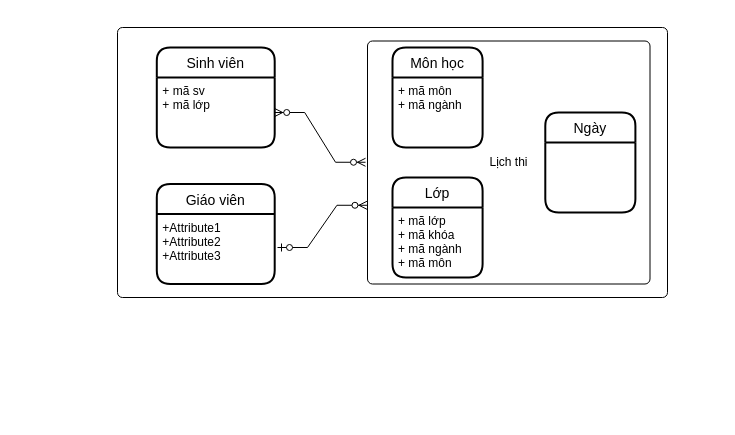
This is page "Page-3" (3 of 3) of documents/sơ đồ thực thể QLHV.drawio from buianhtai1205/Quan_Ly_Hoc_Vien, a draw.io file, before an edit. Source tidied: cells renumbered, new cells numbered last; positions are measured from the earlier drawing's top-left corner, leaving out a move shared by most shapes. Both pictures are drawn from the tidied source at 100%, with x=0, y=0 at pixel (117, 27).
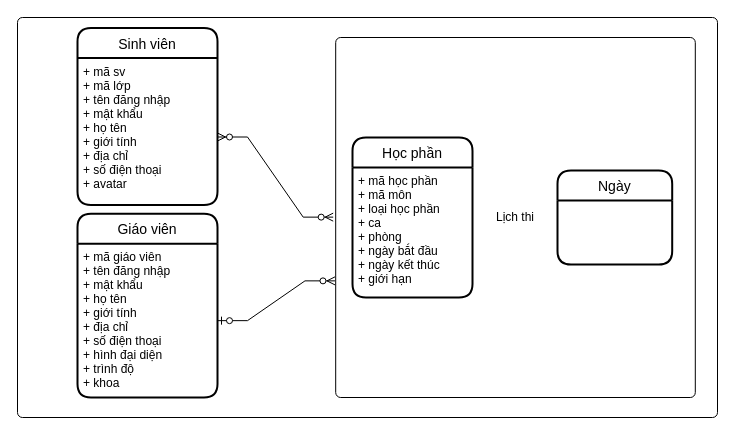
The same diagram, later.

The edit, as a diff of the source:
```diff
@@
 <mxGraphModel>
   <root>
     <mxCell id="0" />
     <mxCell id="1" parent="0" />
-    <mxCell id="2" style="rounded=1;absoluteArcSize=1;html=1;arcSize=10;" parent="1" vertex="1">
-      <mxGeometry width="550" height="270" as="geometry" />
-    </mxCell>
-    <mxCell id="3" style="html=1;shape=mxgraph.er.anchor;whiteSpace=wrap;" parent="2" vertex="1">
-      <mxGeometry width="275" height="270" as="geometry" />
-    </mxCell>
+    <mxCell id="16" style="rounded=1;absoluteArcSize=1;html=1;arcSize=10;" parent="1" vertex="1">
+      <mxGeometry x="-100" y="-10" width="700" height="400" as="geometry" />
+    </mxCell>
+    <mxCell id="17" style="html=1;shape=mxgraph.er.anchor;whiteSpace=wrap;" parent="16" vertex="1">
+      <mxGeometry width="350" height="400" as="geometry" />
+    </mxCell>
-    <mxCell id="4" value="Lịch thi" style="rounded=1;absoluteArcSize=1;html=1;arcSize=10;whiteSpace=wrap;points=[];strokeColor=inherit;fillColor=inherit;" parent="2" vertex="1">
-      <mxGeometry x="250" y="13.5" width="282.5" height="243" as="geometry" />
+    <mxCell id="4" value="Lịch thi" style="rounded=1;absoluteArcSize=1;html=1;arcSize=10;whiteSpace=wrap;points=[];strokeColor=inherit;fillColor=inherit;" parent="16" vertex="1">
+      <mxGeometry x="318.2" y="20" width="359.6" height="360" as="geometry" />
     </mxCell>
+    <mxCell id="18" style="edgeStyle=entityRelationEdgeStyle;fontSize=12;html=1;endArrow=ERzeroToMany;endFill=1;startArrow=ERzeroToMany;rounded=0;exitX=1;exitY=0.5;exitDx=0;exitDy=0;entryX=-0.007;entryY=0.499;entryDx=0;entryDy=0;entryPerimeter=0;" parent="16" edge="1" target="4">
+      <mxGeometry relative="1" as="geometry">
+        <mxPoint x="200" y="119.5" as="sourcePoint" />
+      </mxGeometry>
+    </mxCell>
+    <mxCell id="14" value="Ngày" style="swimlane;horizontal=1;startSize=30;rounded=1;fontSize=14;fontStyle=0;strokeWidth=2;shadow=0;dashed=0;align=center;" parent="16" vertex="1">
+      <mxGeometry x="540" y="153" width="114.7" height="94.1" as="geometry" />
+    </mxCell>
+    <mxCell id="19" style="edgeStyle=entityRelationEdgeStyle;fontSize=12;html=1;endArrow=ERzeroToMany;startArrow=ERzeroToOne;rounded=0;entryX=-0.002;entryY=0.676;entryDx=0;entryDy=0;entryPerimeter=0;exitX=1;exitY=0.5;exitDx=0;exitDy=0;" parent="16" edge="1" source="21" target="4">
+      <mxGeometry relative="1" as="geometry" />
+    </mxCell>
+    <mxCell id="7" value="Sinh viên" style="swimlane;horizontal=1;startSize=30;rounded=1;fontSize=14;fontStyle=0;strokeWidth=2;shadow=0;dashed=0;align=center;" parent="16" vertex="1">
+      <mxGeometry x="60" y="10.5" width="140" height="177" as="geometry" />
+    </mxCell>
+    <mxCell id="20" value="+ mã sv&#10;+ mã lớp&#10;+ tên đăng nhập&#10;+ mật khẩu&#10;+ họ tên&#10;+ giới tính&#10;+ địa chỉ&#10;+ số điện thoại&#10;+ avatar" style="align=left;strokeColor=none;fillColor=none;spacingLeft=4;fontSize=12;verticalAlign=top;" parent="7" vertex="1">
+      <mxGeometry y="30" width="140" height="147" as="geometry" />
+    </mxCell>
-    <mxCell id="5" value="Giáo viên" style="swimlane;horizontal=1;startSize=30;rounded=1;fontSize=14;fontStyle=0;strokeWidth=2;shadow=0;dashed=0;align=center;" parent="2" vertex="1">
-      <mxGeometry x="39.3" y="156.5" width="117.9" height="100" as="geometry" />
+    <mxCell id="5" value="Giáo viên" style="swimlane;horizontal=1;startSize=30;rounded=1;fontSize=14;fontStyle=0;strokeWidth=2;shadow=0;dashed=0;align=center;" parent="16" vertex="1">
+      <mxGeometry x="60" y="196.3" width="140" height="183.7" as="geometry" />
     </mxCell>
-    <mxCell id="6" value="+Attribute1&#10;+Attribute2&#10;+Attribute3" style="align=left;strokeColor=none;fillColor=none;spacingLeft=4;fontSize=12;verticalAlign=top;" parent="5" vertex="1">
-      <mxGeometry y="30" width="117.9" height="70" as="geometry" />
-    </mxCell>
-    <mxCell id="7" value="Sinh viên" style="swimlane;horizontal=1;startSize=30;rounded=1;fontSize=14;fontStyle=0;strokeWidth=2;shadow=0;dashed=0;align=center;" parent="2" vertex="1">
-      <mxGeometry x="39.3" y="20" width="117.9" height="100" as="geometry" />
-    </mxCell>
-    <mxCell id="8" value="+ mã sv&#10;+ mã lớp" style="align=left;strokeColor=none;fillColor=none;spacingLeft=4;fontSize=12;verticalAlign=top;" parent="7" vertex="1">
-      <mxGeometry y="30" width="117.9" height="70" as="geometry" />
-    </mxCell>
-    <mxCell id="9" value="Môn học" style="swimlane;horizontal=1;startSize=30;rounded=1;fontSize=14;fontStyle=0;strokeWidth=2;shadow=0;dashed=0;align=center;" parent="2" vertex="1">
-      <mxGeometry x="275" y="20" width="90.1" height="100" as="geometry" />
-    </mxCell>
-    <mxCell id="10" value="+ mã môn&#10;+ mã ngành" style="align=left;strokeColor=none;fillColor=none;spacingLeft=4;fontSize=12;verticalAlign=top;" parent="9" vertex="1">
-      <mxGeometry y="30" width="90.1" height="70" as="geometry" />
-    </mxCell>
-    <mxCell id="11" value="Lớp" style="swimlane;horizontal=1;startSize=30;rounded=1;fontSize=14;fontStyle=0;strokeWidth=2;shadow=0;dashed=0;align=center;" parent="2" vertex="1">
-      <mxGeometry x="275" y="150" width="90.1" height="100" as="geometry" />
-    </mxCell>
-    <mxCell id="12" value="+ mã lớp&#10;+ mã khóa&#10;+ mã ngành&#10;+ mã môn" style="align=left;strokeColor=none;fillColor=none;spacingLeft=4;fontSize=12;verticalAlign=top;" parent="11" vertex="1">
-      <mxGeometry y="30" width="90.1" height="70" as="geometry" />
-    </mxCell>
-    <mxCell id="13" style="edgeStyle=entityRelationEdgeStyle;fontSize=12;html=1;endArrow=ERzeroToMany;endFill=1;startArrow=ERzeroToMany;rounded=0;exitX=1;exitY=0.5;exitDx=0;exitDy=0;entryX=-0.007;entryY=0.499;entryDx=0;entryDy=0;entryPerimeter=0;" parent="2" edge="1" source="8" target="4">
-      <mxGeometry relative="1" as="geometry" />
-    </mxCell>
-    <mxCell id="14" value="Ngày" style="swimlane;horizontal=1;startSize=30;rounded=1;fontSize=14;fontStyle=0;strokeWidth=2;shadow=0;dashed=0;align=center;" parent="2" vertex="1">
-      <mxGeometry x="427.8" y="85" width="90.1" height="100" as="geometry" />
-    </mxCell>
-    <mxCell id="15" style="edgeStyle=entityRelationEdgeStyle;fontSize=12;html=1;endArrow=ERzeroToMany;startArrow=ERzeroToOne;rounded=0;entryX=-0.002;entryY=0.676;entryDx=0;entryDy=0;entryPerimeter=0;" parent="2" edge="1" target="4">
-      <mxGeometry relative="1" as="geometry">
-        <mxPoint x="160" y="220" as="sourcePoint" />
-      </mxGeometry>
-    </mxCell>
+    <mxCell id="21" value="+ mã giáo viên&#10;+ tên đăng nhập&#10;+ mật khẩu&#10;+ họ tên&#10;+ giới tính&#10;+ địa chỉ&#10;+ số điện thoại&#10;+ hình đại diện&#10;+ trình độ &#10;+ khoa" style="align=left;strokeColor=none;fillColor=none;spacingLeft=4;fontSize=12;verticalAlign=top;" parent="5" vertex="1">
+      <mxGeometry y="30" width="140" height="153.7" as="geometry" />
+    </mxCell>
+    <mxCell id="22" value="Học phần" style="swimlane;horizontal=1;startSize=30;rounded=1;fontSize=14;fontStyle=0;strokeWidth=2;shadow=0;dashed=0;align=center;" parent="16" vertex="1">
+      <mxGeometry x="335" y="120" width="120" height="160" as="geometry" />
+    </mxCell>
+    <mxCell id="23" value="+ mã học phần&#10;+ mã môn&#10;+ loại học phần&#10;+ ca&#10;+ phòng&#10;+ ngày bắt đầu&#10;+ ngày kết thúc&#10;+ giới hạn" style="align=left;strokeColor=none;fillColor=none;spacingLeft=4;fontSize=12;verticalAlign=top;" parent="22" vertex="1">
+      <mxGeometry y="30" width="120" height="130" as="geometry" />
+    </mxCell>
   </root>
 </mxGraphModel>
```
